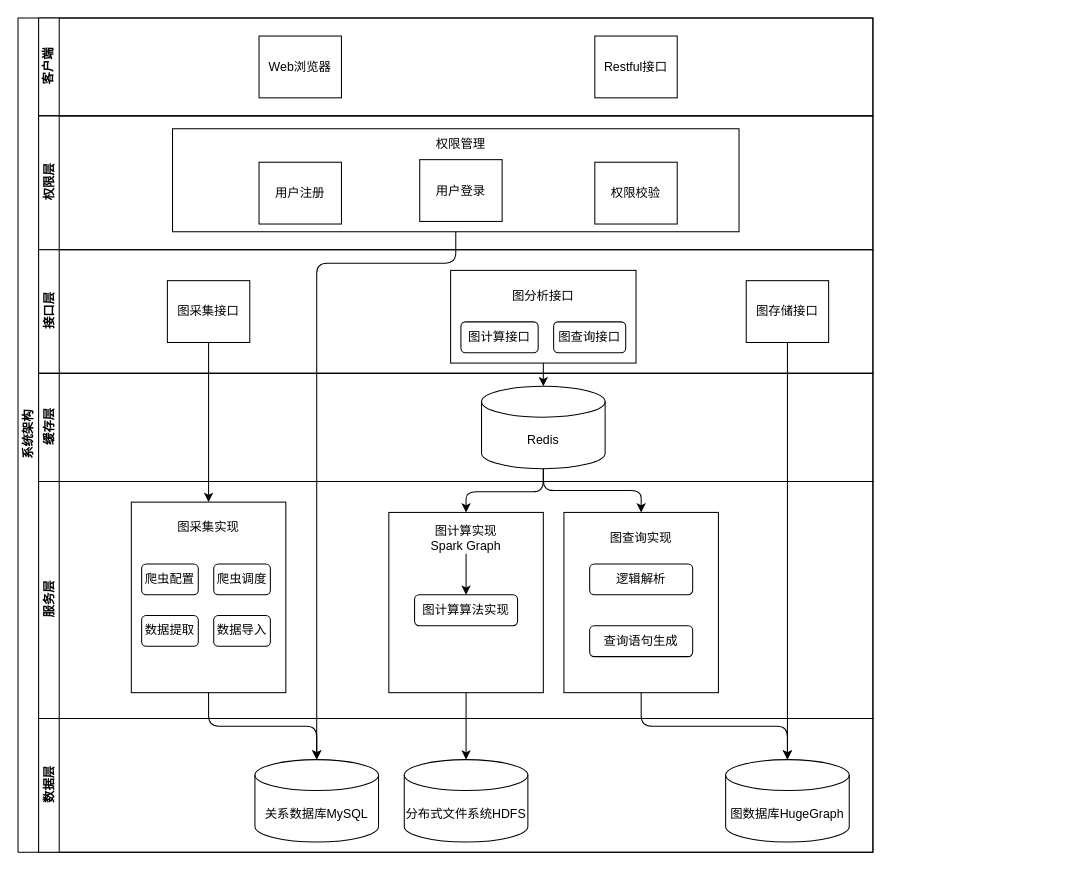
Before: 论文架构图.drawio in Missnaughty/drawio, a draw.io diagram. Source tidied: cells renumbered, new cells numbered last; positions are measured from the earlier drawing's top-left corner, leaving out a move shared by most shapes. Both pictures are drawn from the tidied source at 103%, with x=0, y=0 at pixel (18, 18).
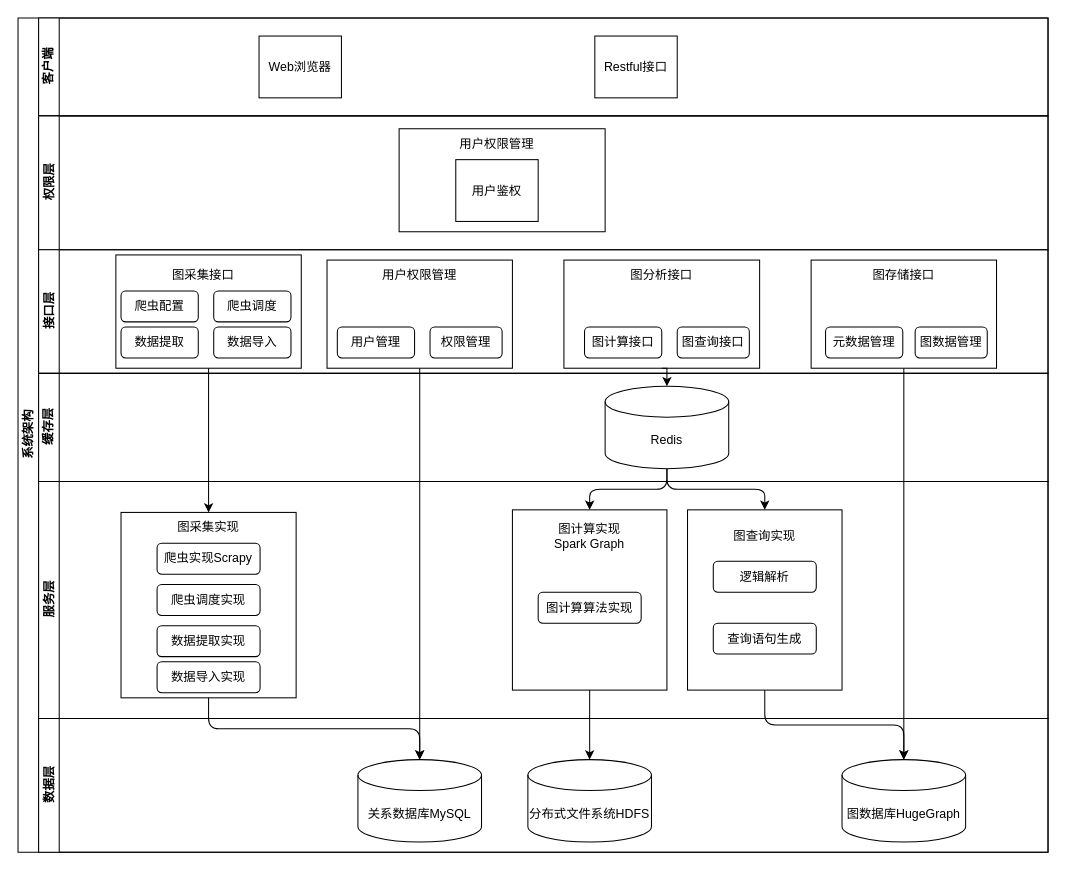
Above is the later version.

Commit message:
更新论文架构图.drawio

Diff of the diagram source:
```diff
@@
     <mxCell id="2" value="系统架构" style="swimlane;html=1;horizontal=0;startSize=20;" parent="1" vertex="1">
-      <mxGeometry width="830" height="810" as="geometry" />
+      <mxGeometry width="1000" height="810" as="geometry" />
     </mxCell>
     <mxCell id="3" value="客户端" style="swimlane;html=1;startSize=20;horizontal=0;" parent="2" vertex="1">
-      <mxGeometry x="20" width="810" height="95" as="geometry" />
+      <mxGeometry x="20" width="980" height="95" as="geometry" />
     </mxCell>
@@
     <mxCell id="6" value="权限层" style="swimlane;html=1;startSize=20;horizontal=0;" parent="2" vertex="1">
-      <mxGeometry x="20" y="95" width="810" height="130" as="geometry" />
+      <mxGeometry x="20" y="95" width="980" height="130" as="geometry" />
     </mxCell>
     <mxCell id="7" style="rounded=0;whiteSpace=wrap;html=1;fontFamily=Helvetica;fontSize=12;fontColor=#000000;align=center;" parent="6" vertex="1">
-      <mxGeometry x="130" y="12.5" width="550" height="100" as="geometry" />
+      <mxGeometry x="350" y="12.5" width="200" height="100" as="geometry" />
     </mxCell>
-    <mxCell id="8" value="权限校验" style="rounded=0;whiteSpace=wrap;html=1;fontFamily=Helvetica;fontSize=12;fontColor=#000000;align=center;" parent="6" vertex="1">
-      <mxGeometry x="540" y="45" width="80" height="60" as="geometry" />
+    <mxCell id="8" value="用户鉴权" style="rounded=0;whiteSpace=wrap;html=1;fontFamily=Helvetica;fontSize=12;fontColor=#000000;align=center;" parent="6" vertex="1">
+      <mxGeometry x="405" y="42.5" width="80" height="60" as="geometry" />
     </mxCell>
-    <mxCell id="9" value="用户登录" style="rounded=0;whiteSpace=wrap;html=1;fontFamily=Helvetica;fontSize=12;fontColor=#000000;align=center;" parent="6" vertex="1">
-      <mxGeometry x="370" y="42.5" width="80" height="60" as="geometry" />
-    </mxCell>
-    <mxCell id="10" value="用户注册" style="rounded=0;whiteSpace=wrap;html=1;fontFamily=Helvetica;fontSize=12;fontColor=#000000;align=center;" parent="6" vertex="1">
-      <mxGeometry x="214" y="45" width="80" height="60" as="geometry" />
-    </mxCell>
-    <mxCell id="11" value="权限管理" style="text;html=1;strokeColor=none;fillColor=none;align=center;verticalAlign=middle;whiteSpace=wrap;rounded=0;" parent="6" vertex="1">
-      <mxGeometry x="380" y="12.5" width="60" height="30" as="geometry" />
+    <mxCell id="11" value="用户权限管理" style="text;html=1;strokeColor=none;fillColor=none;align=center;verticalAlign=middle;whiteSpace=wrap;rounded=0;" parent="6" vertex="1">
+      <mxGeometry x="380" y="12.5" width="130" height="30" as="geometry" />
     </mxCell>
     <mxCell id="12" value="接口层" style="swimlane;html=1;startSize=20;horizontal=0;" parent="2" vertex="1">
-      <mxGeometry x="20" y="225" width="810" height="120" as="geometry" />
+      <mxGeometry x="20" y="225" width="980" height="120" as="geometry" />
     </mxCell>
-    <mxCell id="13" value="图采集接口" style="rounded=0;whiteSpace=wrap;html=1;fontFamily=Helvetica;fontSize=12;fontColor=#000000;align=center;" parent="12" vertex="1">
-      <mxGeometry x="125" y="30" width="80" height="60" as="geometry" />
+    <mxCell id="13" style="rounded=0;whiteSpace=wrap;html=1;fontFamily=Helvetica;fontSize=12;fontColor=#000000;align=center;" parent="12" vertex="1">
+      <mxGeometry x="75" y="5" width="180" height="110" as="geometry" />
     </mxCell>
-    <mxCell id="14" value="图存储接口" style="rounded=0;whiteSpace=wrap;html=1;fontFamily=Helvetica;fontSize=12;fontColor=#000000;align=center;" parent="12" vertex="1">
-      <mxGeometry x="687" y="30" width="80" height="60" as="geometry" />
+    <mxCell id="14" style="rounded=0;whiteSpace=wrap;html=1;fontFamily=Helvetica;fontSize=12;fontColor=#000000;align=center;" parent="12" vertex="1">
+      <mxGeometry x="750" y="10" width="180" height="105" as="geometry" />
     </mxCell>
     <mxCell id="15" style="rounded=0;whiteSpace=wrap;html=1;fontFamily=Helvetica;fontSize=12;fontColor=#000000;align=center;" parent="12" vertex="1">
-      <mxGeometry x="400" y="20" width="180" height="90" as="geometry" />
+      <mxGeometry x="510" y="10" width="190" height="105" as="geometry" />
     </mxCell>
     <mxCell id="16" value="图计算接口" style="rounded=1;whiteSpace=wrap;html=1;" parent="12" vertex="1">
-      <mxGeometry x="410" y="70" width="75" height="30" as="geometry" />
+      <mxGeometry x="530" y="75" width="75" height="30" as="geometry" />
     </mxCell>
     <mxCell id="17" value="图查询接口" style="rounded=1;whiteSpace=wrap;html=1;" parent="12" vertex="1">
-      <mxGeometry x="500" y="70" width="70" height="30" as="geometry" />
+      <mxGeometry x="620" y="75" width="70" height="30" as="geometry" />
     </mxCell>
     <mxCell id="18" value="图分析接口" style="text;html=1;strokeColor=none;fillColor=none;align=center;verticalAlign=middle;whiteSpace=wrap;rounded=0;" parent="12" vertex="1">
-      <mxGeometry x="450" y="30" width="80" height="30" as="geometry" />
+      <mxGeometry x="565" y="10" width="80" height="30" as="geometry" />
     </mxCell>
+    <mxCell id="49" value="图存储接口" style="text;html=1;strokeColor=none;fillColor=none;align=center;verticalAlign=middle;whiteSpace=wrap;rounded=0;" parent="12" vertex="1">
+      <mxGeometry x="800" y="10" width="80" height="30" as="geometry" />
+    </mxCell>
+    <mxCell id="50" value="元数据管理" style="rounded=1;whiteSpace=wrap;html=1;" parent="12" vertex="1">
+      <mxGeometry x="764" y="75" width="75" height="30" as="geometry" />
+    </mxCell>
+    <mxCell id="51" value="图数据管理" style="rounded=1;whiteSpace=wrap;html=1;" parent="12" vertex="1">
+      <mxGeometry x="851" y="75" width="70" height="30" as="geometry" />
+    </mxCell>
+    <mxCell id="52" value="图采集接口" style="text;html=1;strokeColor=none;fillColor=none;align=center;verticalAlign=middle;whiteSpace=wrap;rounded=0;" parent="12" vertex="1">
+      <mxGeometry x="120" y="10" width="80" height="30" as="geometry" />
+    </mxCell>
+    <mxCell id="23" value="爬虫配置" style="rounded=1;whiteSpace=wrap;html=1;" parent="12" vertex="1">
+      <mxGeometry x="80" y="40" width="75" height="30" as="geometry" />
+    </mxCell>
+    <mxCell id="24" value="爬虫调度" style="rounded=1;whiteSpace=wrap;html=1;" parent="12" vertex="1">
+      <mxGeometry x="170" y="40" width="75" height="30" as="geometry" />
+    </mxCell>
+    <mxCell id="26" value="数据导入" style="rounded=1;whiteSpace=wrap;html=1;" parent="12" vertex="1">
+      <mxGeometry x="170" y="75" width="75" height="30" as="geometry" />
+    </mxCell>
+    <mxCell id="25" value="数据提取" style="rounded=1;whiteSpace=wrap;html=1;" parent="12" vertex="1">
+      <mxGeometry x="80" y="75" width="75" height="30" as="geometry" />
+    </mxCell>
+    <mxCell id="53" style="rounded=0;whiteSpace=wrap;html=1;fontFamily=Helvetica;fontSize=12;fontColor=#000000;align=center;" parent="12" vertex="1">
+      <mxGeometry x="280" y="10" width="180" height="105" as="geometry" />
+    </mxCell>
+    <mxCell id="54" value="用户权限管理" style="text;html=1;strokeColor=none;fillColor=none;align=center;verticalAlign=middle;whiteSpace=wrap;rounded=0;" parent="12" vertex="1">
+      <mxGeometry x="330" y="10" width="80" height="30" as="geometry" />
+    </mxCell>
+    <mxCell id="55" value="用户管理" style="rounded=1;whiteSpace=wrap;html=1;" parent="12" vertex="1">
+      <mxGeometry x="290" y="75" width="75" height="30" as="geometry" />
+    </mxCell>
+    <mxCell id="56" value="权限管理" style="rounded=1;whiteSpace=wrap;html=1;" parent="12" vertex="1">
+      <mxGeometry x="380" y="75" width="70" height="30" as="geometry" />
+    </mxCell>
     <mxCell id="19" value="缓存层" style="swimlane;html=1;startSize=20;horizontal=0;" parent="2" vertex="1">
-      <mxGeometry x="20" y="345" width="810" height="105" as="geometry" />
+      <mxGeometry x="20" y="345" width="980" height="105" as="geometry" />
     </mxCell>
     <mxCell id="20" value="Redis" style="shape=cylinder3;whiteSpace=wrap;html=1;boundedLbl=1;backgroundOutline=1;size=15;" parent="19" vertex="1">
-      <mxGeometry x="430" y="12.5" width="120" height="80" as="geometry" />
+      <mxGeometry x="550" y="12.5" width="120" height="80" as="geometry" />
     </mxCell>
+    <mxCell id="36" style="edgeStyle=orthogonalEdgeStyle;rounded=1;jettySize=auto;html=1;exitX=0.5;exitY=1;exitDx=0;exitDy=0;entryX=0.5;entryY=0;entryDx=0;entryDy=0;entryPerimeter=0;curved=0;" parent="2" edge="1" source="32" target="38">
+      <mxGeometry relative="1" as="geometry" />
+    </mxCell>
     <mxCell id="21" value="服务层" style="swimlane;html=1;startSize=20;horizontal=0;" parent="2" vertex="1">
-      <mxGeometry x="20" y="450" width="810" height="230" as="geometry" />
+      <mxGeometry x="20" y="450" width="980" height="230" as="geometry" />
     </mxCell>
     <mxCell id="22" style="rounded=0;whiteSpace=wrap;html=1;fontFamily=Helvetica;fontSize=12;fontColor=#000000;align=center;" parent="21" vertex="1">
-      <mxGeometry x="90" y="20" width="150" height="185" as="geometry" />
+      <mxGeometry x="80" y="30" width="170" height="180" as="geometry" />
     </mxCell>
-    <mxCell id="23" value="爬虫配置" style="rounded=1;whiteSpace=wrap;html=1;" parent="21" vertex="1">
-      <mxGeometry x="100" y="80" width="55" height="30" as="geometry" />
-    </mxCell>
-    <mxCell id="24" value="爬虫调度" style="rounded=1;whiteSpace=wrap;html=1;" parent="21" vertex="1">
-      <mxGeometry x="170" y="80" width="55" height="30" as="geometry" />
-    </mxCell>
-    <mxCell id="25" value="数据提取" style="rounded=1;whiteSpace=wrap;html=1;" parent="21" vertex="1">
-      <mxGeometry x="100" y="130" width="55" height="30" as="geometry" />
-    </mxCell>
-    <mxCell id="26" value="数据导入" style="rounded=1;whiteSpace=wrap;html=1;" parent="21" vertex="1">
-      <mxGeometry x="170" y="130" width="55" height="30" as="geometry" />
-    </mxCell>
-    <mxCell id="27" value="图采集实现" style="text;html=1;strokeColor=none;fillColor=none;align=center;verticalAlign=middle;whiteSpace=wrap;rounded=0;" parent="21" vertex="1">
+    <mxCell id="27" value="图采集实现&lt;br&gt;" style="text;html=1;strokeColor=none;fillColor=none;align=center;verticalAlign=middle;whiteSpace=wrap;rounded=0;" parent="21" vertex="1">
       <mxGeometry x="125" y="30" width="80" height="30" as="geometry" />
     </mxCell>
     <mxCell id="28" style="rounded=0;whiteSpace=wrap;html=1;fontFamily=Helvetica;fontSize=12;fontColor=#000000;align=center;" parent="21" vertex="1">
-      <mxGeometry x="340" y="30" width="150" height="175" as="geometry" />
+      <mxGeometry x="460" y="27.5" width="150" height="175" as="geometry" />
     </mxCell>
     <mxCell id="29" value="图计算算法实现" style="rounded=1;whiteSpace=wrap;html=1;" parent="21" vertex="1">
-      <mxGeometry x="365" y="110" width="100" height="30" as="geometry" />
+      <mxGeometry x="485" y="107.5" width="100" height="30" as="geometry" />
     </mxCell>
-    <mxCell id="30" style="edgeStyle=orthogonalEdgeStyle;rounded=0;jettySize=auto;html=1;" parent="21" edge="1" source="31" target="29">
-      <mxGeometry relative="1" as="geometry" />
-    </mxCell>
     <mxCell id="31" value="图计算实现Spark Graph" style="text;html=1;strokeColor=none;fillColor=none;align=center;verticalAlign=middle;whiteSpace=wrap;rounded=0;" parent="21" vertex="1">
-      <mxGeometry x="375" y="40" width="80" height="30" as="geometry" />
+      <mxGeometry x="495" y="37.5" width="80" height="30" as="geometry" />
     </mxCell>
     <mxCell id="32" style="rounded=0;whiteSpace=wrap;html=1;fontFamily=Helvetica;fontSize=12;fontColor=#000000;align=center;" parent="21" vertex="1">
-      <mxGeometry x="510" y="30" width="150" height="175" as="geometry" />
+      <mxGeometry x="630" y="27.5" width="150" height="175" as="geometry" />
     </mxCell>
     <mxCell id="33" value="图查询实现" style="text;html=1;strokeColor=none;fillColor=none;align=center;verticalAlign=middle;whiteSpace=wrap;rounded=0;" parent="21" vertex="1">
-      <mxGeometry x="545" y="40" width="80" height="30" as="geometry" />
+      <mxGeometry x="665" y="37.5" width="80" height="30" as="geometry" />
     </mxCell>
     <mxCell id="34" value="逻辑解析" style="rounded=1;whiteSpace=wrap;html=1;" parent="21" vertex="1">
-      <mxGeometry x="535" y="80" width="100" height="30" as="geometry" />
+      <mxGeometry x="655" y="77.5" width="100" height="30" as="geometry" />
     </mxCell>
     <mxCell id="35" value="查询语句生成" style="rounded=1;whiteSpace=wrap;html=1;" parent="21" vertex="1">
-      <mxGeometry x="535" y="140" width="100" height="30" as="geometry" />
+      <mxGeometry x="655" y="137.5" width="100" height="30" as="geometry" />
     </mxCell>
-    <mxCell id="36" style="edgeStyle=orthogonalEdgeStyle;rounded=1;jettySize=auto;html=1;exitX=0.5;exitY=1;exitDx=0;exitDy=0;entryX=0.5;entryY=0;entryDx=0;entryDy=0;entryPerimeter=0;curved=0;" parent="2" edge="1" source="32" target="38">
-      <mxGeometry relative="1" as="geometry" />
-    </mxCell>
+    <mxCell id="57" value="爬虫实现Scrapy" style="rounded=1;whiteSpace=wrap;html=1;" parent="21" vertex="1">
+      <mxGeometry x="115" y="60" width="100" height="30" as="geometry" />
+    </mxCell>
+    <mxCell id="58" value="爬虫调度实现" style="rounded=1;whiteSpace=wrap;html=1;" parent="21" vertex="1">
+      <mxGeometry x="115" y="100" width="100" height="30" as="geometry" />
+    </mxCell>
+    <mxCell id="59" value="数据提取实现" style="rounded=1;whiteSpace=wrap;html=1;" parent="21" vertex="1">
+      <mxGeometry x="115" y="140" width="100" height="30" as="geometry" />
+    </mxCell>
+    <mxCell id="60" value="数据导入实现" style="rounded=1;whiteSpace=wrap;html=1;" parent="21" vertex="1">
+      <mxGeometry x="115" y="175" width="100" height="30" as="geometry" />
+    </mxCell>
     <mxCell id="37" value="数据层" style="swimlane;html=1;startSize=20;horizontal=0;" parent="2" vertex="1">
-      <mxGeometry x="20" y="680" width="810" height="130" as="geometry" />
+      <mxGeometry x="20" y="680" width="980" height="130" as="geometry" />
     </mxCell>
     <mxCell id="38" value="图数据库HugeGraph" style="shape=cylinder3;whiteSpace=wrap;html=1;boundedLbl=1;backgroundOutline=1;size=15;" parent="37" vertex="1">
-      <mxGeometry x="667" y="40" width="120" height="80" as="geometry" />
+      <mxGeometry x="780" y="40" width="120" height="80" as="geometry" />
     </mxCell>
     <mxCell id="39" value="关系数据库MySQL" style="shape=cylinder3;whiteSpace=wrap;html=1;boundedLbl=1;backgroundOutline=1;size=15;" parent="37" vertex="1">
-      <mxGeometry x="210" y="40" width="120" height="80" as="geometry" />
+      <mxGeometry x="310" y="40" width="120" height="80" as="geometry" />
     </mxCell>
     <mxCell id="40" value="分布式文件系统HDFS" style="shape=cylinder3;whiteSpace=wrap;html=1;boundedLbl=1;backgroundOutline=1;size=15;" parent="37" vertex="1">
-      <mxGeometry x="355" y="40" width="120" height="80" as="geometry" />
+      <mxGeometry x="475" y="40" width="120" height="80" as="geometry" />
     </mxCell>
@@
-    <mxCell id="43" style="edgeStyle=orthogonalEdgeStyle;rounded=1;jettySize=auto;html=1;exitX=0.5;exitY=1;exitDx=0;exitDy=0;entryX=0.5;entryY=0;entryDx=0;entryDy=0;entryPerimeter=0;curved=0;" parent="2" edge="1" source="7" target="39">
-      <mxGeometry relative="1" as="geometry">
-        <Array as="points">
-          <mxPoint x="425" y="238" />
-          <mxPoint x="290" y="238" />
-        </Array>
-      </mxGeometry>
-    </mxCell>
@@
-    <mxCell id="45" style="edgeStyle=orthogonalEdgeStyle;rounded=0;jettySize=auto;html=1;exitX=0.5;exitY=1;exitDx=0;exitDy=0;" parent="2" edge="1" source="15" target="20">
-      <mxGeometry relative="1" as="geometry" />
-    </mxCell>
-    <mxCell id="46" style="edgeStyle=orthogonalEdgeStyle;rounded=1;jettySize=auto;html=1;exitX=0.5;exitY=1;exitDx=0;exitDy=0;exitPerimeter=0;entryX=0.5;entryY=0;entryDx=0;entryDy=0;curved=0;" parent="2" edge="1" source="20" target="28">
-      <mxGeometry relative="1" as="geometry">
-        <Array as="points">
-          <mxPoint x="510" y="460" />
-          <mxPoint x="435" y="460" />
-        </Array>
-      </mxGeometry>
-    </mxCell>
@@
+    <mxCell id="46" style="edgeStyle=orthogonalEdgeStyle;rounded=1;jettySize=auto;html=1;exitX=0.5;exitY=1;exitDx=0;exitDy=0;exitPerimeter=0;entryX=0.5;entryY=0;entryDx=0;entryDy=0;curved=0;" parent="2" edge="1" source="20" target="28">
+      <mxGeometry relative="1" as="geometry" />
+    </mxCell>
+    <mxCell id="45" style="edgeStyle=orthogonalEdgeStyle;rounded=0;jettySize=auto;html=1;exitX=0.5;exitY=1;exitDx=0;exitDy=0;entryX=0.5;entryY=0;entryDx=0;entryDy=0;entryPerimeter=0;" parent="2" edge="1" source="15" target="20">
+      <mxGeometry relative="1" as="geometry" />
+    </mxCell>
+    <mxCell id="61" style="edgeStyle=orthogonalEdgeStyle;rounded=0;jettySize=auto;html=1;exitX=0.5;exitY=1;exitDx=0;exitDy=0;" parent="2" edge="1" source="53" target="39">
+      <mxGeometry relative="1" as="geometry" />
+    </mxCell>
```
